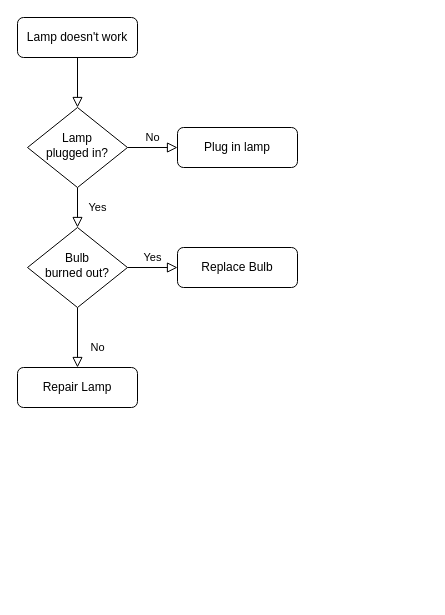
Before: Untitled Diagram.drawio in NarendraJatti/demo1-python-aws-2c2, a draw.io diagram. Source tidied: cells renumbered, new cells numbered last; positions are measured from the earlier drawing's top-left corner, leaving out a move shared by most shapes. Both pictures are drawn from the tidied source at 100%, with x=0, y=0 at pixel (17, 17).
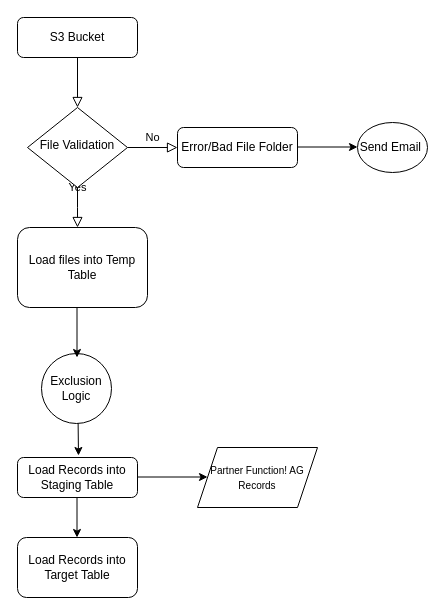
Above is the later version.

Commit message:
SAP Customer Master Exclusion

The edit, as a diff of the source:
```diff
@@
-    <mxCell id="3" value="Lamp doesn't work" style="rounded=1;whiteSpace=wrap;html=1;fontSize=12;glass=0;strokeWidth=1;shadow=0;" parent="1" vertex="1">
+    <mxCell id="3" value="S3 Bucket" style="rounded=1;whiteSpace=wrap;html=1;fontSize=12;glass=0;strokeWidth=1;shadow=0;" parent="1" vertex="1">
       <mxGeometry width="120" height="40" as="geometry" />
     </mxCell>
-    <mxCell id="4" value="Yes" style="rounded=0;html=1;jettySize=auto;fontSize=11;endArrow=block;endFill=0;endSize=8;strokeWidth=1;shadow=0;labelBackgroundColor=none;edgeStyle=orthogonalEdgeStyle;" parent="1" edge="1" source="6" target="10">
-      <mxGeometry y="20" relative="1" as="geometry" />
+    <mxCell id="4" value="Yes" style="rounded=0;html=1;jettySize=auto;fontSize=11;endArrow=block;endFill=0;endSize=8;strokeWidth=1;shadow=0;labelBackgroundColor=none;edgeStyle=orthogonalEdgeStyle;" parent="1" edge="1" source="6">
+      <mxGeometry y="20" relative="1" as="geometry">
+        <mxPoint x="60" y="210" as="targetPoint" />
+      </mxGeometry>
     </mxCell>
@@
-    <mxCell id="6" value="Lamp&lt;br&gt;plugged in?" style="rhombus;whiteSpace=wrap;html=1;shadow=0;fontFamily=Helvetica;fontSize=12;align=center;strokeWidth=1;spacing=6;spacingTop=-4;" parent="1" vertex="1">
+    <mxCell id="6" value="File Validation" style="rhombus;whiteSpace=wrap;html=1;shadow=0;fontFamily=Helvetica;fontSize=12;align=center;strokeWidth=1;spacing=6;spacingTop=-4;" parent="1" vertex="1">
       <mxGeometry x="10" y="90" width="100" height="80" as="geometry" />
     </mxCell>
-    <mxCell id="7" value="Plug in lamp" style="rounded=1;whiteSpace=wrap;html=1;fontSize=12;glass=0;strokeWidth=1;shadow=0;" parent="1" vertex="1">
+    <mxCell id="7" value="Error/Bad File Folder" style="rounded=1;whiteSpace=wrap;html=1;fontSize=12;glass=0;strokeWidth=1;shadow=0;" parent="1" vertex="1">
       <mxGeometry x="160" y="110" width="120" height="40" as="geometry" />
     </mxCell>
-    <mxCell id="8" value="No" style="rounded=0;html=1;jettySize=auto;fontSize=11;endArrow=block;endFill=0;endSize=8;strokeWidth=1;shadow=0;labelBackgroundColor=none;edgeStyle=orthogonalEdgeStyle;" parent="1" edge="1" source="10" target="11">
-      <mxGeometry x="0.33" y="20" relative="1" as="geometry" />
-    </mxCell>
-    <mxCell id="9" value="Yes" style="edgeStyle=orthogonalEdgeStyle;rounded=0;html=1;jettySize=auto;fontSize=11;endArrow=block;endFill=0;endSize=8;strokeWidth=1;shadow=0;labelBackgroundColor=none;" parent="1" edge="1" source="10" target="12">
-      <mxGeometry y="10" relative="1" as="geometry" />
-    </mxCell>
-    <mxCell id="10" value="Bulb&lt;br&gt;burned out?" style="rhombus;whiteSpace=wrap;html=1;shadow=0;fontFamily=Helvetica;fontSize=12;align=center;strokeWidth=1;spacing=6;spacingTop=-4;" parent="1" vertex="1">
-      <mxGeometry x="10" y="210" width="100" height="80" as="geometry" />
-    </mxCell>
-    <mxCell id="11" value="Repair Lamp" style="rounded=1;whiteSpace=wrap;html=1;fontSize=12;glass=0;strokeWidth=1;shadow=0;" parent="1" vertex="1">
-      <mxGeometry y="350" width="120" height="40" as="geometry" />
+    <mxCell id="11" value="Load Records into Staging Table" style="rounded=1;whiteSpace=wrap;html=1;fontSize=12;glass=0;strokeWidth=1;shadow=0;" parent="1" vertex="1">
+      <mxGeometry y="440" width="120" height="40" as="geometry" />
     </mxCell>
-    <mxCell id="12" value="Replace Bulb" style="rounded=1;whiteSpace=wrap;html=1;fontSize=12;glass=0;strokeWidth=1;shadow=0;" parent="1" vertex="1">
-      <mxGeometry x="160" y="230" width="120" height="40" as="geometry" />
-    </mxCell>
+    <mxCell id="13" value="Load files into Temp Table" style="rounded=1;whiteSpace=wrap;html=1;" parent="1" vertex="1">
+      <mxGeometry y="210" width="130" height="80" as="geometry" />
+    </mxCell>
+    <mxCell id="14" style="endArrow=classic;html=1;rounded=0;" parent="1" edge="1">
+      <mxGeometry relative="1" as="geometry">
+        <mxPoint x="60.5" y="396" as="sourcePoint" />
+        <mxPoint x="61" y="438" as="targetPoint" />
+      </mxGeometry>
+    </mxCell>
+    <mxCell id="15" value="Load Records into Target Table" style="rounded=1;whiteSpace=wrap;html=1;" parent="1" vertex="1">
+      <mxGeometry y="520" width="120" height="60" as="geometry" />
+    </mxCell>
+    <mxCell id="16" value="Send Email&amp;nbsp;" style="ellipse;whiteSpace=wrap;html=1;" parent="1" vertex="1">
+      <mxGeometry x="340" y="105" width="70" height="50" as="geometry" />
+    </mxCell>
+    <mxCell id="17" style="endArrow=classic;html=1;rounded=0;" parent="1" edge="1">
+      <mxGeometry relative="1" as="geometry">
+        <mxPoint x="280" y="129.5" as="sourcePoint" />
+        <mxPoint x="340" y="129.5" as="targetPoint" />
+      </mxGeometry>
+    </mxCell>
+    <mxCell id="18" value="Exclusion Logic" style="ellipse;whiteSpace=wrap;html=1;" parent="1" vertex="1">
+      <mxGeometry x="24" y="336" width="70" height="70" as="geometry" />
+    </mxCell>
+    <mxCell id="19" style="endArrow=classic;html=1;rounded=0;" parent="1" edge="1">
+      <mxGeometry relative="1" as="geometry">
+        <mxPoint x="59.5" y="290" as="sourcePoint" />
+        <mxPoint x="59.5" y="340" as="targetPoint" />
+      </mxGeometry>
+    </mxCell>
+    <mxCell id="20" style="endArrow=classic;html=1;rounded=0;" parent="1" edge="1">
+      <mxGeometry relative="1" as="geometry">
+        <mxPoint x="59.5" y="480" as="sourcePoint" />
+        <mxPoint x="59.5" y="520" as="targetPoint" />
+      </mxGeometry>
+    </mxCell>
+    <mxCell id="21" style="endArrow=classic;html=1;rounded=0;" parent="1" edge="1">
+      <mxGeometry relative="1" as="geometry">
+        <mxPoint x="120" y="459.5" as="sourcePoint" />
+        <mxPoint x="190" y="459.5" as="targetPoint" />
+      </mxGeometry>
+    </mxCell>
+    <mxCell id="22" value="&lt;font style=&quot;font-size: 10px;&quot;&gt;Partner Function! AG&lt;br&gt;Records&lt;br&gt;&lt;/font&gt;" style="shape=parallelogram;perimeter=parallelogramPerimeter;whiteSpace=wrap;html=1;fixedSize=1;" parent="1" vertex="1">
+      <mxGeometry x="180" y="430" width="120" height="60" as="geometry" />
+    </mxCell>
```
